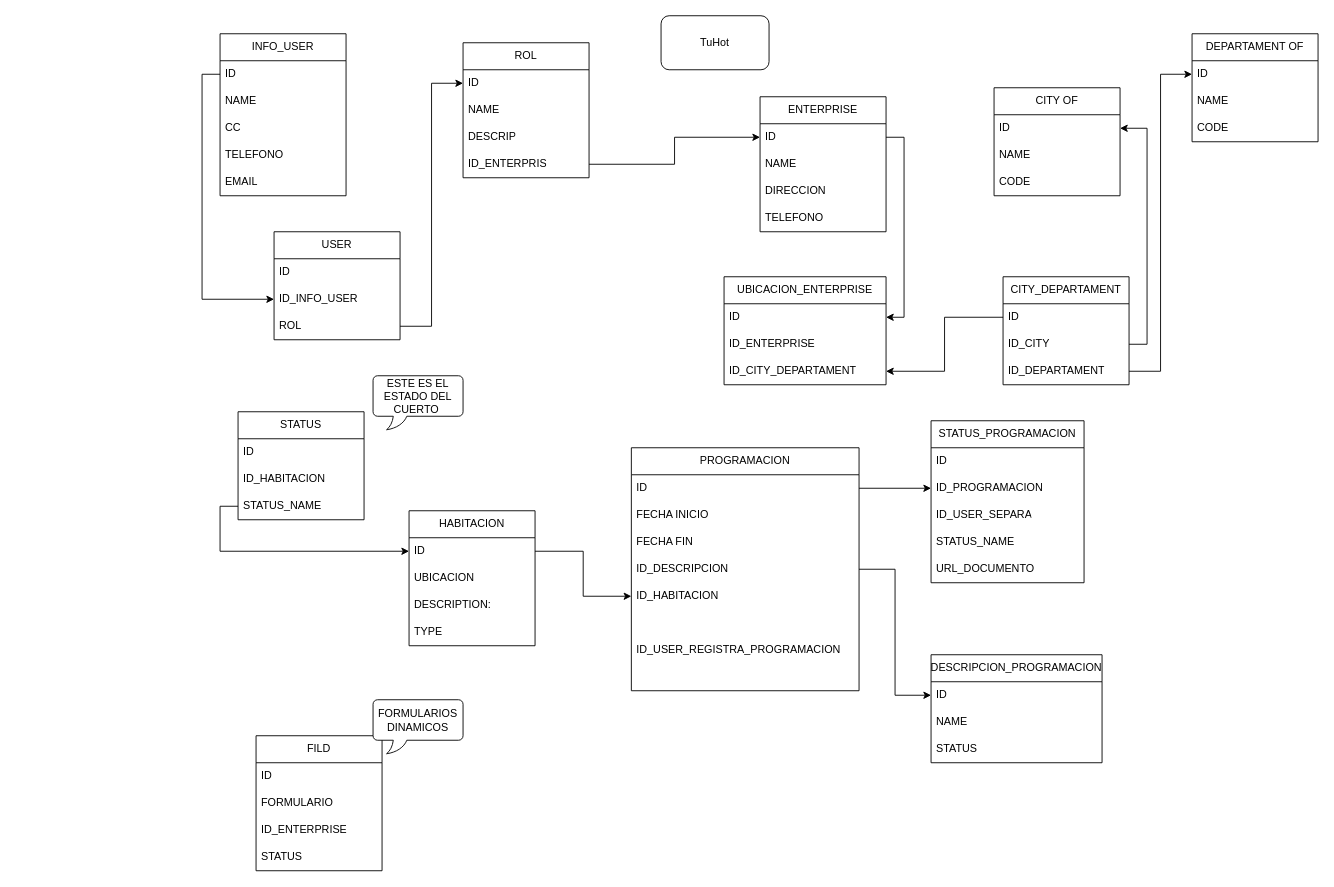
Before: page "RESERVAS MULTI-CLINTE" (5 of 6) of Diagrama sin título.drawio in jhaineymilevis/diagrams, a draw.io diagram. Source tidied: cells renumbered, new cells numbered last; positions are measured from the earlier drawing's top-left corner, leaving out a move shared by most shapes. Both pictures are drawn from the tidied source at 90%, with x=0, y=0 at pixel (220, 15).
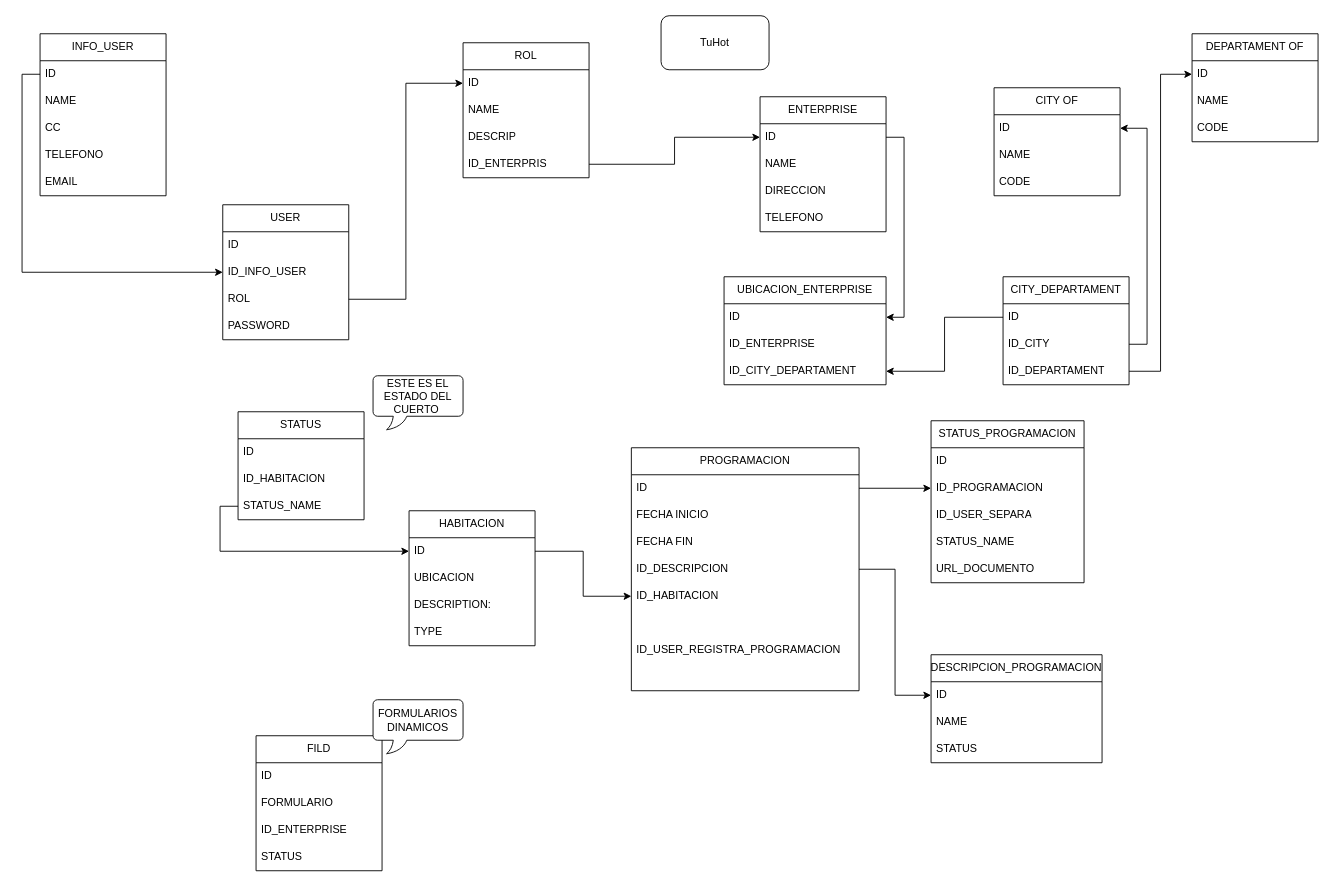
The same page after the edit.

What changed in the source:
```diff
@@
     <mxCell id="34" value="USER" style="swimlane;fontStyle=0;horizontal=1;startSize=30;whiteSpace=wrap;html=1;" parent="1" vertex="1">
-      <mxGeometry x="60" y="240" width="140" height="120" as="geometry" />
+      <mxGeometry x="3" y="210" width="140" height="150" as="geometry" />
     </mxCell>
@@
+    <mxCell id="83" value="PASSWORD" style="text;strokeColor=none;fillColor=none;align=left;verticalAlign=middle;spacingLeft=4;spacingRight=4;overflow=hidden;whiteSpace=wrap;html=1;" parent="34" vertex="1">
+      <mxGeometry y="120" width="140" height="30" as="geometry" />
+    </mxCell>
@@
     <mxCell id="39" value="INFO_USER" style="swimlane;fontStyle=0;horizontal=1;startSize=30;whiteSpace=wrap;html=1;" parent="1" vertex="1">
-      <mxGeometry y="20" width="140" height="180" as="geometry" />
+      <mxGeometry x="-200" y="20" width="140" height="180" as="geometry" />
     </mxCell>
```
